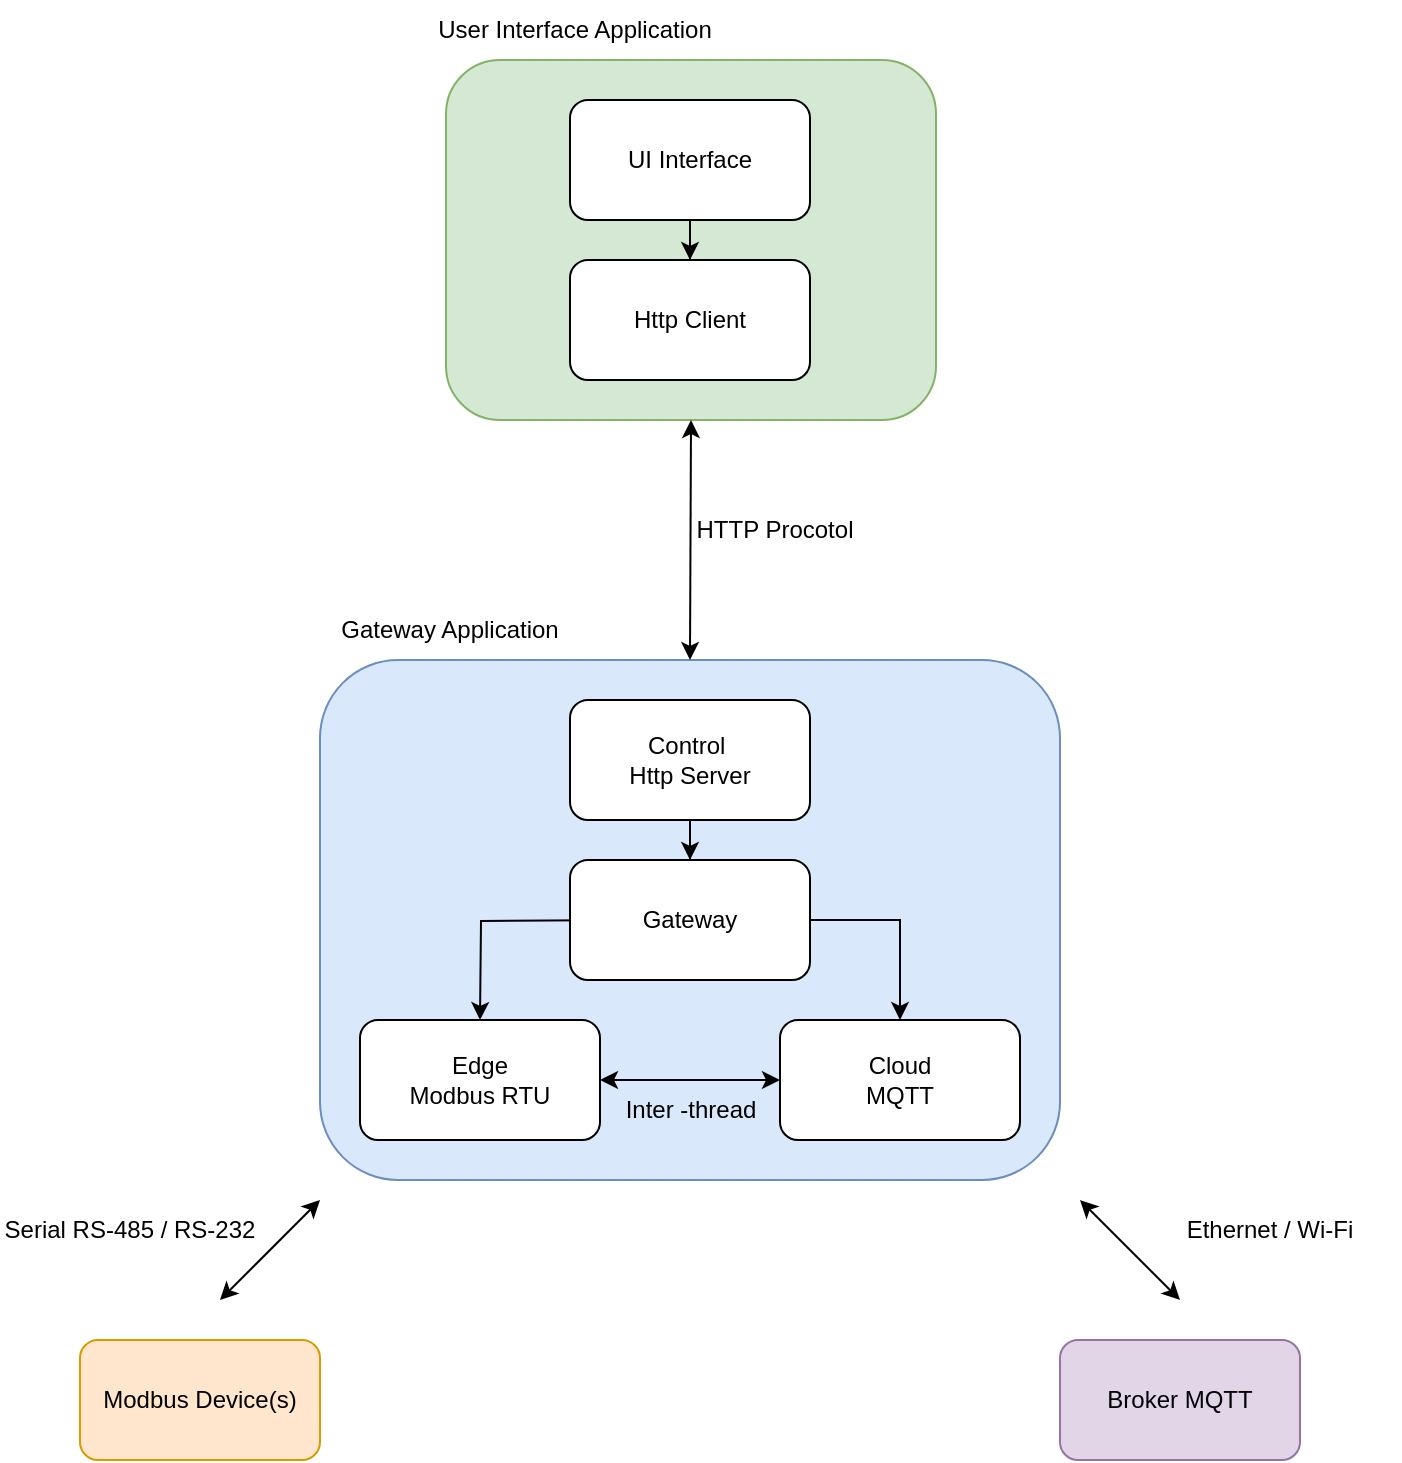
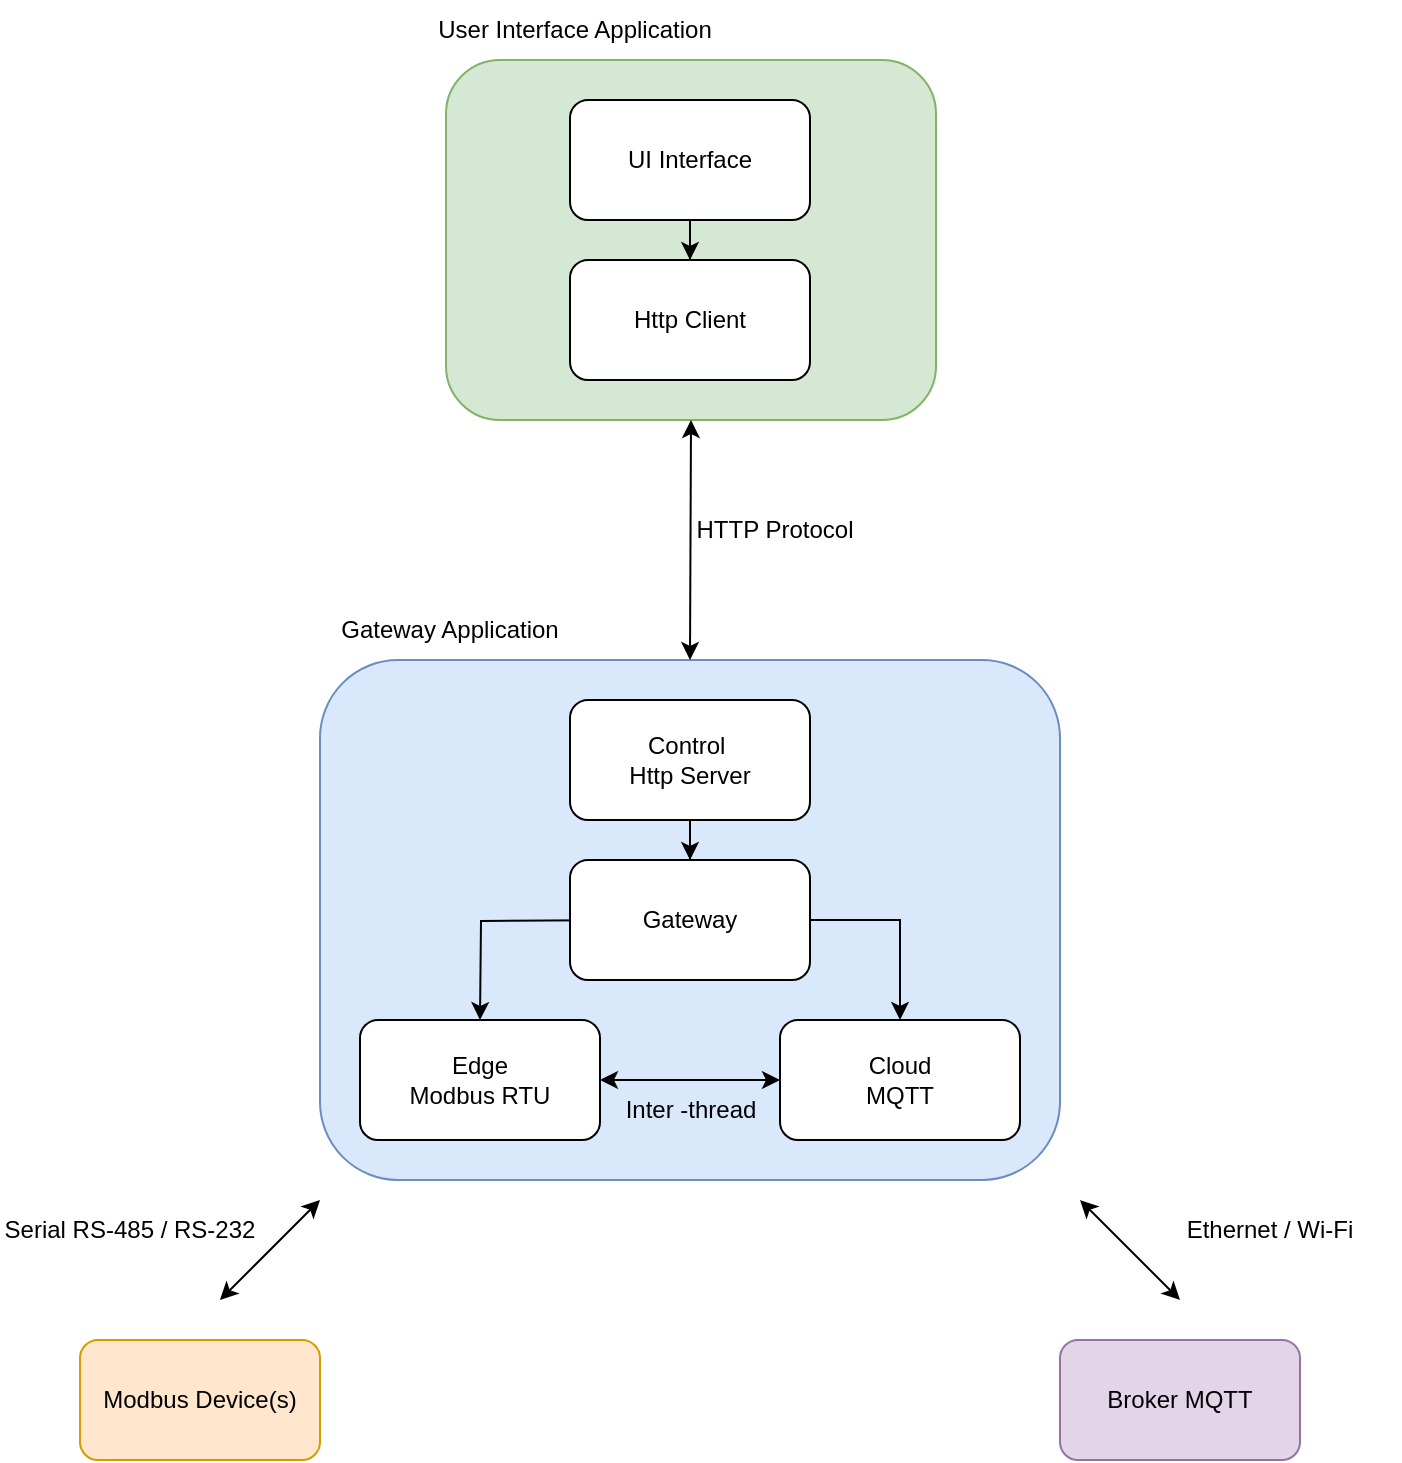
- <mxfile host="Electron" agent="Mozilla/5.0 (X11; Linux x86_64) AppleWebKit/537.36 (KHTML, like Gecko) draw.io/26.1.1 Chrome/132.0.6834.210 Electron/34.3.3 Safari/537.36" version="26.1.1">
+ <mxfile host="Electron" agent="Mozilla/5.0 (X11; Linux x86_64) AppleWebKit/537.36 (KHTML, like Gecko) draw.io/29.6.1 Chrome/142.0.7444.265 Electron/39.8.0 Safari/537.36" version="29.6.1">
  <diagram name="Page-1" id="_IMDAuUJehEkOgth7poG">
-     <mxGraphModel dx="1687" dy="986" grid="1" gridSize="10" guides="1" tooltips="1" connect="1" arrows="1" fold="1" page="1" pageScale="1" pageWidth="850" pageHeight="1100" math="0" shadow="0">
+     <mxGraphModel dx="1678" dy="992" grid="1" gridSize="10" guides="1" tooltips="1" connect="1" arrows="1" fold="1" page="1" pageScale="1" pageWidth="850" pageHeight="1100" math="0" shadow="0">
      <root>
        <mxCell id="0" />
        <mxCell id="1" parent="0" />
-         <mxCell id="zU4AORSgXDeRyD1Rk_Mm-1" value="" style="rounded=1;whiteSpace=wrap;html=1;fillColor=#dae8fc;strokeColor=#6c8ebf;" vertex="1" parent="1">
-           <mxGeometry x="235" y="515" width="370" height="260" as="geometry" />
+         <mxCell id="zU4AORSgXDeRyD1Rk_Mm-1" parent="1" style="rounded=1;whiteSpace=wrap;html=1;fillColor=#dae8fc;strokeColor=#6c8ebf;" value="" vertex="1">
+           <mxGeometry height="260" width="370" x="235" y="515" as="geometry" />
        </mxCell>
-         <mxCell id="zU4AORSgXDeRyD1Rk_Mm-7" style="edgeStyle=orthogonalEdgeStyle;rounded=0;orthogonalLoop=1;jettySize=auto;html=1;" edge="1" parent="1" source="zU4AORSgXDeRyD1Rk_Mm-2" target="zU4AORSgXDeRyD1Rk_Mm-3">
+         <mxCell id="zU4AORSgXDeRyD1Rk_Mm-7" edge="1" parent="1" source="zU4AORSgXDeRyD1Rk_Mm-2" style="edgeStyle=orthogonalEdgeStyle;rounded=0;orthogonalLoop=1;jettySize=auto;html=1;" target="zU4AORSgXDeRyD1Rk_Mm-3">
          <mxGeometry relative="1" as="geometry" />
        </mxCell>
-         <mxCell id="zU4AORSgXDeRyD1Rk_Mm-2" value="Control&amp;nbsp;&lt;div&gt;Http Server&lt;/div&gt;" style="rounded=1;whiteSpace=wrap;html=1;" vertex="1" parent="1">
-           <mxGeometry x="360" y="535" width="120" height="60" as="geometry" />
+         <mxCell id="zU4AORSgXDeRyD1Rk_Mm-2" parent="1" style="rounded=1;whiteSpace=wrap;html=1;" value="Control&amp;nbsp;&lt;div&gt;Http Server&lt;/div&gt;" vertex="1">
+           <mxGeometry height="60" width="120" x="360" y="535" as="geometry" />
        </mxCell>
-         <mxCell id="zU4AORSgXDeRyD1Rk_Mm-8" style="edgeStyle=orthogonalEdgeStyle;rounded=0;orthogonalLoop=1;jettySize=auto;html=1;exitX=1;exitY=0.5;exitDx=0;exitDy=0;entryX=0.5;entryY=0;entryDx=0;entryDy=0;" edge="1" parent="1" source="zU4AORSgXDeRyD1Rk_Mm-3" target="zU4AORSgXDeRyD1Rk_Mm-5">
+         <mxCell id="zU4AORSgXDeRyD1Rk_Mm-8" edge="1" parent="1" source="zU4AORSgXDeRyD1Rk_Mm-3" style="edgeStyle=orthogonalEdgeStyle;rounded=0;orthogonalLoop=1;jettySize=auto;html=1;exitX=1;exitY=0.5;exitDx=0;exitDy=0;entryX=0.5;entryY=0;entryDx=0;entryDy=0;" target="zU4AORSgXDeRyD1Rk_Mm-5">
          <mxGeometry relative="1" as="geometry" />
        </mxCell>
-         <mxCell id="zU4AORSgXDeRyD1Rk_Mm-9" style="edgeStyle=orthogonalEdgeStyle;rounded=0;orthogonalLoop=1;jettySize=auto;html=1;exitX=0;exitY=0.5;exitDx=0;exitDy=0;entryX=0.25;entryY=0;entryDx=0;entryDy=0;" edge="1" parent="1">
+         <mxCell id="zU4AORSgXDeRyD1Rk_Mm-9" edge="1" parent="1" style="edgeStyle=orthogonalEdgeStyle;rounded=0;orthogonalLoop=1;jettySize=auto;html=1;exitX=0;exitY=0.5;exitDx=0;exitDy=0;entryX=0.25;entryY=0;entryDx=0;entryDy=0;">
          <mxGeometry relative="1" as="geometry">
            <mxPoint x="390" y="645" as="sourcePoint" />
            <mxPoint x="315" y="695" as="targetPoint" />
          </mxGeometry>
        </mxCell>
-         <mxCell id="zU4AORSgXDeRyD1Rk_Mm-3" value="Gateway" style="rounded=1;whiteSpace=wrap;html=1;" vertex="1" parent="1">
-           <mxGeometry x="360" y="615" width="120" height="60" as="geometry" />
+         <mxCell id="zU4AORSgXDeRyD1Rk_Mm-3" parent="1" style="rounded=1;whiteSpace=wrap;html=1;" value="Gateway" vertex="1">
+           <mxGeometry height="60" width="120" x="360" y="615" as="geometry" />
        </mxCell>
-         <mxCell id="zU4AORSgXDeRyD1Rk_Mm-4" value="Edge&lt;div&gt;Modbus RTU&lt;/div&gt;" style="rounded=1;whiteSpace=wrap;html=1;" vertex="1" parent="1">
-           <mxGeometry x="255" y="695" width="120" height="60" as="geometry" />
+         <mxCell id="zU4AORSgXDeRyD1Rk_Mm-4" parent="1" style="rounded=1;whiteSpace=wrap;html=1;" value="Edge&lt;div&gt;Modbus RTU&lt;/div&gt;" vertex="1">
+           <mxGeometry height="60" width="120" x="255" y="695" as="geometry" />
        </mxCell>
-         <mxCell id="zU4AORSgXDeRyD1Rk_Mm-5" value="Cloud&lt;div&gt;MQTT&lt;/div&gt;" style="rounded=1;whiteSpace=wrap;html=1;" vertex="1" parent="1">
-           <mxGeometry x="465" y="695" width="120" height="60" as="geometry" />
+         <mxCell id="zU4AORSgXDeRyD1Rk_Mm-5" parent="1" style="rounded=1;whiteSpace=wrap;html=1;" value="Cloud&lt;div&gt;MQTT&lt;/div&gt;" vertex="1">
+           <mxGeometry height="60" width="120" x="465" y="695" as="geometry" />
        </mxCell>
-         <mxCell id="zU4AORSgXDeRyD1Rk_Mm-10" value="Modbus Device(s)" style="rounded=1;whiteSpace=wrap;html=1;fillColor=#ffe6cc;strokeColor=#d79b00;" vertex="1" parent="1">
-           <mxGeometry x="115" y="855" width="120" height="60" as="geometry" />
+         <mxCell id="zU4AORSgXDeRyD1Rk_Mm-10" parent="1" style="rounded=1;whiteSpace=wrap;html=1;fillColor=#ffe6cc;strokeColor=#d79b00;" value="Modbus Device(s)" vertex="1">
+           <mxGeometry height="60" width="120" x="115" y="855" as="geometry" />
        </mxCell>
-         <mxCell id="zU4AORSgXDeRyD1Rk_Mm-11" value="Broker MQTT" style="rounded=1;whiteSpace=wrap;html=1;fillColor=#e1d5e7;strokeColor=#9673a6;" vertex="1" parent="1">
-           <mxGeometry x="605" y="855" width="120" height="60" as="geometry" />
+         <mxCell id="zU4AORSgXDeRyD1Rk_Mm-11" parent="1" style="rounded=1;whiteSpace=wrap;html=1;fillColor=#e1d5e7;strokeColor=#9673a6;" value="Broker MQTT" vertex="1">
+           <mxGeometry height="60" width="120" x="605" y="855" as="geometry" />
        </mxCell>
-         <mxCell id="zU4AORSgXDeRyD1Rk_Mm-12" value="" style="endArrow=classic;startArrow=classic;html=1;rounded=0;" edge="1" parent="1">
-           <mxGeometry width="50" height="50" relative="1" as="geometry">
+         <mxCell id="zU4AORSgXDeRyD1Rk_Mm-12" edge="1" parent="1" style="endArrow=classic;startArrow=classic;html=1;rounded=0;" value="">
+           <mxGeometry height="50" relative="1" width="50" as="geometry">
            <mxPoint x="665" y="835" as="sourcePoint" />
            <mxPoint x="615" y="785" as="targetPoint" />
          </mxGeometry>
        </mxCell>
-         <mxCell id="zU4AORSgXDeRyD1Rk_Mm-14" value="" style="endArrow=classic;startArrow=classic;html=1;rounded=0;" edge="1" parent="1">
-           <mxGeometry width="50" height="50" relative="1" as="geometry">
+         <mxCell id="zU4AORSgXDeRyD1Rk_Mm-14" edge="1" parent="1" style="endArrow=classic;startArrow=classic;html=1;rounded=0;" value="">
+           <mxGeometry height="50" relative="1" width="50" as="geometry">
            <mxPoint x="185" y="835" as="sourcePoint" />
            <mxPoint x="235" y="785" as="targetPoint" />
          </mxGeometry>
        </mxCell>
-         <mxCell id="zU4AORSgXDeRyD1Rk_Mm-15" value="Serial RS-485 / RS-232" style="text;html=1;align=center;verticalAlign=middle;whiteSpace=wrap;rounded=0;" vertex="1" parent="1">
-           <mxGeometry x="75" y="785" width="130" height="30" as="geometry" />
+         <mxCell id="zU4AORSgXDeRyD1Rk_Mm-15" parent="1" style="text;html=1;align=center;verticalAlign=middle;whiteSpace=wrap;rounded=0;" value="Serial RS-485 / RS-232" vertex="1">
+           <mxGeometry height="30" width="130" x="75" y="785" as="geometry" />
        </mxCell>
-         <mxCell id="zU4AORSgXDeRyD1Rk_Mm-16" value="Ethernet / Wi-Fi" style="text;html=1;align=center;verticalAlign=middle;whiteSpace=wrap;rounded=0;" vertex="1" parent="1">
-           <mxGeometry x="645" y="785" width="130" height="30" as="geometry" />
+         <mxCell id="zU4AORSgXDeRyD1Rk_Mm-16" parent="1" style="text;html=1;align=center;verticalAlign=middle;whiteSpace=wrap;rounded=0;" value="Ethernet / Wi-Fi" vertex="1">
+           <mxGeometry height="30" width="130" x="645" y="785" as="geometry" />
        </mxCell>
-         <mxCell id="zU4AORSgXDeRyD1Rk_Mm-17" value="Gateway Application" style="text;html=1;align=center;verticalAlign=middle;whiteSpace=wrap;rounded=0;" vertex="1" parent="1">
-           <mxGeometry x="235" y="485" width="130" height="30" as="geometry" />
+         <mxCell id="zU4AORSgXDeRyD1Rk_Mm-17" parent="1" style="text;html=1;align=center;verticalAlign=middle;whiteSpace=wrap;rounded=0;" value="Gateway Application" vertex="1">
+           <mxGeometry height="30" width="130" x="235" y="485" as="geometry" />
        </mxCell>
-         <mxCell id="zU4AORSgXDeRyD1Rk_Mm-18" value="" style="rounded=1;whiteSpace=wrap;html=1;fillColor=#d5e8d4;strokeColor=#82b366;" vertex="1" parent="1">
-           <mxGeometry x="298" y="215" width="245" height="180" as="geometry" />
+         <mxCell id="zU4AORSgXDeRyD1Rk_Mm-18" parent="1" style="rounded=1;whiteSpace=wrap;html=1;fillColor=#d5e8d4;strokeColor=#82b366;" value="" vertex="1">
+           <mxGeometry height="180" width="245" x="298" y="215" as="geometry" />
        </mxCell>
-         <mxCell id="zU4AORSgXDeRyD1Rk_Mm-19" style="edgeStyle=orthogonalEdgeStyle;rounded=0;orthogonalLoop=1;jettySize=auto;html=1;" edge="1" parent="1" source="zU4AORSgXDeRyD1Rk_Mm-20" target="zU4AORSgXDeRyD1Rk_Mm-21">
+         <mxCell id="zU4AORSgXDeRyD1Rk_Mm-19" edge="1" parent="1" source="zU4AORSgXDeRyD1Rk_Mm-20" style="edgeStyle=orthogonalEdgeStyle;rounded=0;orthogonalLoop=1;jettySize=auto;html=1;" target="zU4AORSgXDeRyD1Rk_Mm-21">
          <mxGeometry relative="1" as="geometry" />
        </mxCell>
-         <mxCell id="zU4AORSgXDeRyD1Rk_Mm-20" value="UI Interface" style="rounded=1;whiteSpace=wrap;html=1;" vertex="1" parent="1">
-           <mxGeometry x="360" y="235" width="120" height="60" as="geometry" />
+         <mxCell id="zU4AORSgXDeRyD1Rk_Mm-20" parent="1" style="rounded=1;whiteSpace=wrap;html=1;" value="UI Interface" vertex="1">
+           <mxGeometry height="60" width="120" x="360" y="235" as="geometry" />
        </mxCell>
-         <mxCell id="zU4AORSgXDeRyD1Rk_Mm-21" value="Http Client" style="rounded=1;whiteSpace=wrap;html=1;" vertex="1" parent="1">
-           <mxGeometry x="360" y="315" width="120" height="60" as="geometry" />
+         <mxCell id="zU4AORSgXDeRyD1Rk_Mm-21" parent="1" style="rounded=1;whiteSpace=wrap;html=1;" value="Http Client" vertex="1">
+           <mxGeometry height="60" width="120" x="360" y="315" as="geometry" />
        </mxCell>
-         <mxCell id="zU4AORSgXDeRyD1Rk_Mm-22" value="" style="endArrow=classic;startArrow=classic;html=1;rounded=0;entryX=0.5;entryY=1;entryDx=0;entryDy=0;exitX=0.5;exitY=0;exitDx=0;exitDy=0;" edge="1" parent="1" source="zU4AORSgXDeRyD1Rk_Mm-1" target="zU4AORSgXDeRyD1Rk_Mm-18">
-           <mxGeometry width="50" height="50" relative="1" as="geometry">
+         <mxCell id="zU4AORSgXDeRyD1Rk_Mm-22" edge="1" parent="1" source="zU4AORSgXDeRyD1Rk_Mm-1" style="endArrow=classic;startArrow=classic;html=1;rounded=0;entryX=0.5;entryY=1;entryDx=0;entryDy=0;exitX=0.5;exitY=0;exitDx=0;exitDy=0;" target="zU4AORSgXDeRyD1Rk_Mm-18" value="">
+           <mxGeometry height="50" relative="1" width="50" as="geometry">
            <mxPoint x="395" y="475" as="sourcePoint" />
            <mxPoint x="445" y="425" as="targetPoint" />
          </mxGeometry>
        </mxCell>
-         <mxCell id="zU4AORSgXDeRyD1Rk_Mm-23" value="HTTP Procotol" style="text;html=1;align=center;verticalAlign=middle;whiteSpace=wrap;rounded=0;" vertex="1" parent="1">
-           <mxGeometry x="420" y="435" width="85" height="30" as="geometry" />
+         <mxCell id="zU4AORSgXDeRyD1Rk_Mm-23" parent="1" style="text;html=1;align=center;verticalAlign=middle;whiteSpace=wrap;rounded=0;" value="HTTP Protocol" vertex="1">
+           <mxGeometry height="30" width="85" x="420" y="435" as="geometry" />
        </mxCell>
-         <mxCell id="zU4AORSgXDeRyD1Rk_Mm-24" value="" style="endArrow=classic;startArrow=classic;html=1;rounded=0;entryX=0;entryY=0.5;entryDx=0;entryDy=0;exitX=1;exitY=0.5;exitDx=0;exitDy=0;" edge="1" parent="1" source="zU4AORSgXDeRyD1Rk_Mm-4" target="zU4AORSgXDeRyD1Rk_Mm-5">
-           <mxGeometry width="50" height="50" relative="1" as="geometry">
+         <mxCell id="zU4AORSgXDeRyD1Rk_Mm-24" edge="1" parent="1" source="zU4AORSgXDeRyD1Rk_Mm-4" style="endArrow=classic;startArrow=classic;html=1;rounded=0;entryX=0;entryY=0.5;entryDx=0;entryDy=0;exitX=1;exitY=0.5;exitDx=0;exitDy=0;" target="zU4AORSgXDeRyD1Rk_Mm-5" value="">
+           <mxGeometry height="50" relative="1" width="50" as="geometry">
            <mxPoint x="375" y="735" as="sourcePoint" />
            <mxPoint x="425" y="685" as="targetPoint" />
          </mxGeometry>
        </mxCell>
-         <mxCell id="zU4AORSgXDeRyD1Rk_Mm-25" value="Inter -thread" style="text;html=1;align=center;verticalAlign=middle;whiteSpace=wrap;rounded=0;" vertex="1" parent="1">
-           <mxGeometry x="383" y="725" width="75" height="30" as="geometry" />
+         <mxCell id="zU4AORSgXDeRyD1Rk_Mm-25" parent="1" style="text;html=1;align=center;verticalAlign=middle;whiteSpace=wrap;rounded=0;" value="Inter -thread" vertex="1">
+           <mxGeometry height="30" width="75" x="383" y="725" as="geometry" />
        </mxCell>
-         <mxCell id="zU4AORSgXDeRyD1Rk_Mm-26" value="User Interface Application" style="text;html=1;align=center;verticalAlign=middle;whiteSpace=wrap;rounded=0;" vertex="1" parent="1">
-           <mxGeometry x="290" y="185" width="145" height="30" as="geometry" />
+         <mxCell id="zU4AORSgXDeRyD1Rk_Mm-26" parent="1" style="text;html=1;align=center;verticalAlign=middle;whiteSpace=wrap;rounded=0;" value="User Interface Application" vertex="1">
+           <mxGeometry height="30" width="145" x="290" y="185" as="geometry" />
        </mxCell>
      </root>
    </mxGraphModel>
  </diagram>
</mxfile>
